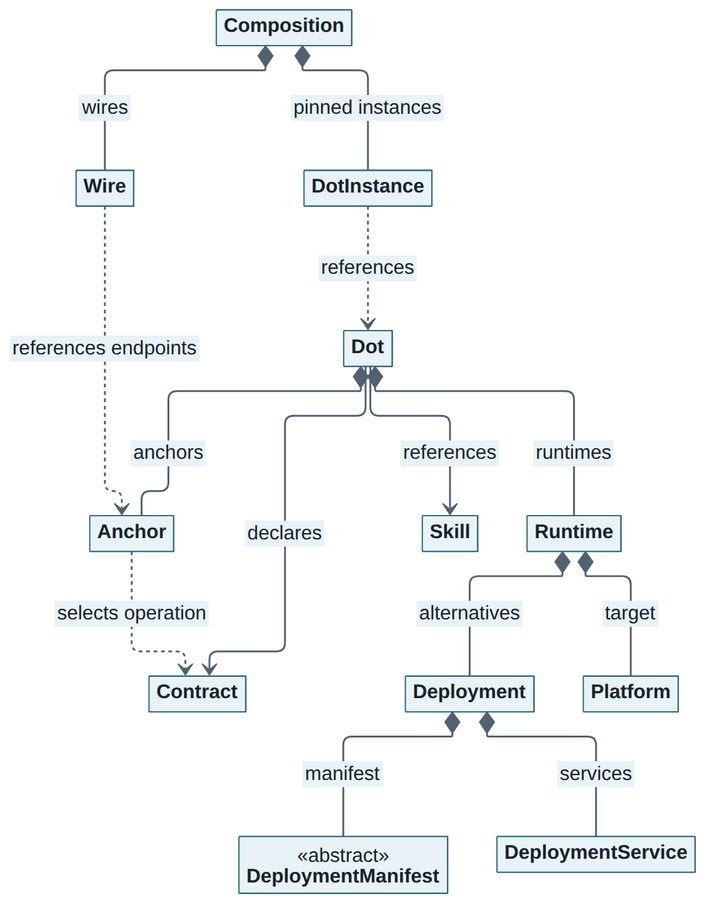
Above: DOT-Design/next/dot-design/_images/diagrams/dot-domain-overview.png in MARE-EU-Project/DOT-Docs (Mermaid), before the change. Its source is kept beside it as DOT-Design/next/dot-design/_attachments/diagrams/dot-domain-overview.mmd. Its diagram source:
```mermaid
---
config:
  class:
    hideEmptyMembersBox: true
    nodeSpacing: 20
    rankSpacing: 30
    padding: 6
---
classDiagram
  direction TB
  accTitle: Simplified DOT domain model
  accDescr: Dot references Skills, declares Contracts, and contains Anchors and Runtime alternatives. An Anchor selects a Contract operation. Each Runtime targets a Platform and contains Deployments. A Deployment contains one manifest and its logical services. A separate Composition aggregate owns pinned DOT instances and wires referencing Anchors, never embedded DOT definitions.

  class Dot
  class Skill
  class Contract
  class Anchor
  class Runtime
  class Platform
  class Deployment
  class DeploymentManifest {
    <<abstract>>
  }
  class DeploymentService
  class Composition
  class DotInstance
  class Wire

  Composition *-- DotInstance : pinned instances
  Composition *-- Wire : wires
  DotInstance ..> Dot : references
  Wire ..> Anchor : references endpoints
  Dot --> Skill : references
  Dot --> Contract : declares
  Dot *-- Anchor : anchors
  Dot *-- Runtime : runtimes
  Anchor ..> Contract : selects operation
  Runtime *-- Platform : target
  Runtime *-- Deployment : alternatives
  Deployment *-- DeploymentManifest : manifest
  Deployment *-- DeploymentService : services
```
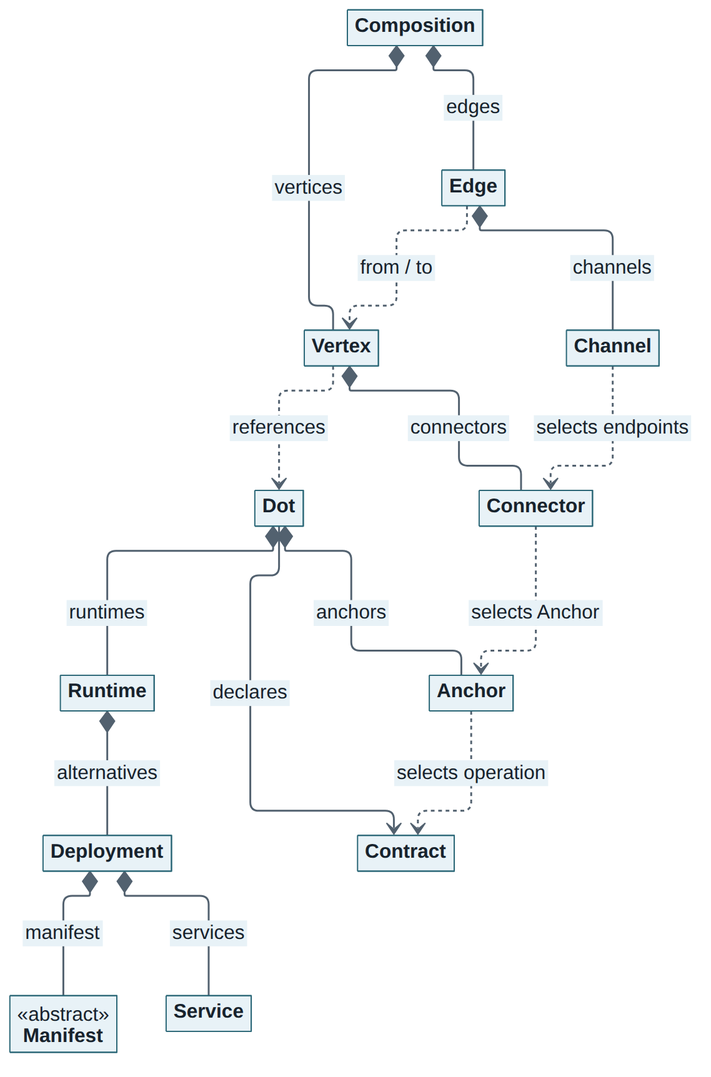
Later version of the same file.

Change to the diagram source:
```diff
@@ -9,33 +9,35 @@
 classDiagram
   direction TB
   accTitle: Simplified DOT domain model
-  accDescr: Dot references Skills, declares Contracts, and contains Anchors and Runtime alternatives. An Anchor selects a Contract operation. Each Runtime targets a Platform and contains Deployments. A Deployment contains one manifest and its logical services. A separate Composition aggregate owns pinned DOT instances and wires referencing Anchors, never embedded DOT definitions.
+  accDescr: Dot declares Contracts and contains Anchors and Runtime alternatives. An Anchor selects a Contract operation. Each Runtime offers Deployments. A Deployment contains one manifest and its logical services. A separate Composition aggregate owns vertices that select exact DOT releases. Edges connect vertices and contain channels that select their connectors.
 
   class Dot
-  class Skill
   class Contract
   class Anchor
   class Runtime
-  class Platform
   class Deployment
-  class DeploymentManifest {
+  class Manifest {
     <<abstract>>
   }
-  class DeploymentService
+  class Service
   class Composition
-  class DotInstance
-  class Wire
+  class Vertex
+  class Edge
+  class Channel
+  class Connector
 
-  Composition *-- DotInstance : pinned instances
-  Composition *-- Wire : wires
-  DotInstance ..> Dot : references
-  Wire ..> Anchor : references endpoints
-  Dot --> Skill : references
+  Composition *-- Vertex : vertices
+  Composition *-- Edge : edges
+  Vertex ..> Dot : references
+  Edge ..> Vertex : from / to
+  Edge *-- Channel : channels
+  Vertex *-- Connector : connectors
+  Channel ..> Connector : selects endpoints
+  Connector ..> Anchor : selects Anchor
   Dot --> Contract : declares
   Dot *-- Anchor : anchors
   Dot *-- Runtime : runtimes
   Anchor ..> Contract : selects operation
-  Runtime *-- Platform : target
   Runtime *-- Deployment : alternatives
-  Deployment *-- DeploymentManifest : manifest
-  Deployment *-- DeploymentService : services
+  Deployment *-- Manifest : manifest
+  Deployment *-- Service : services
```
